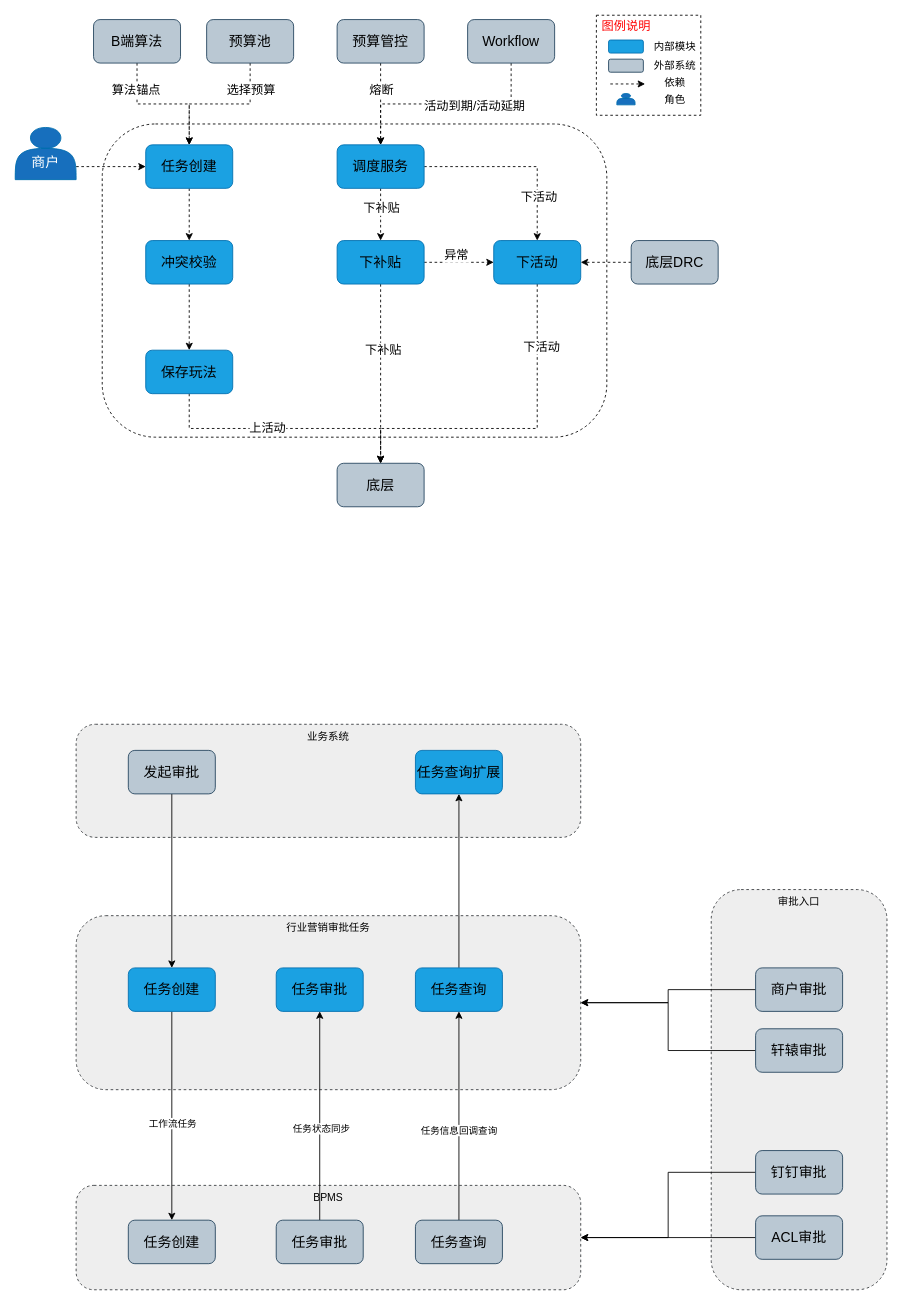
Earlier version of the draw.io diagram page "审批流逻辑架构" (2 of 5) of 阶梯爆红包架构方案.drawio (jon-kong/draw.io). Source tidied: cells renumbered, new cells numbered last; positions are measured from the earlier drawing's top-left corner, leaving out a move shared by most shapes. Both pictures are drawn from the tidied source at 87%, with x=0, y=0 at pixel (15, 15).
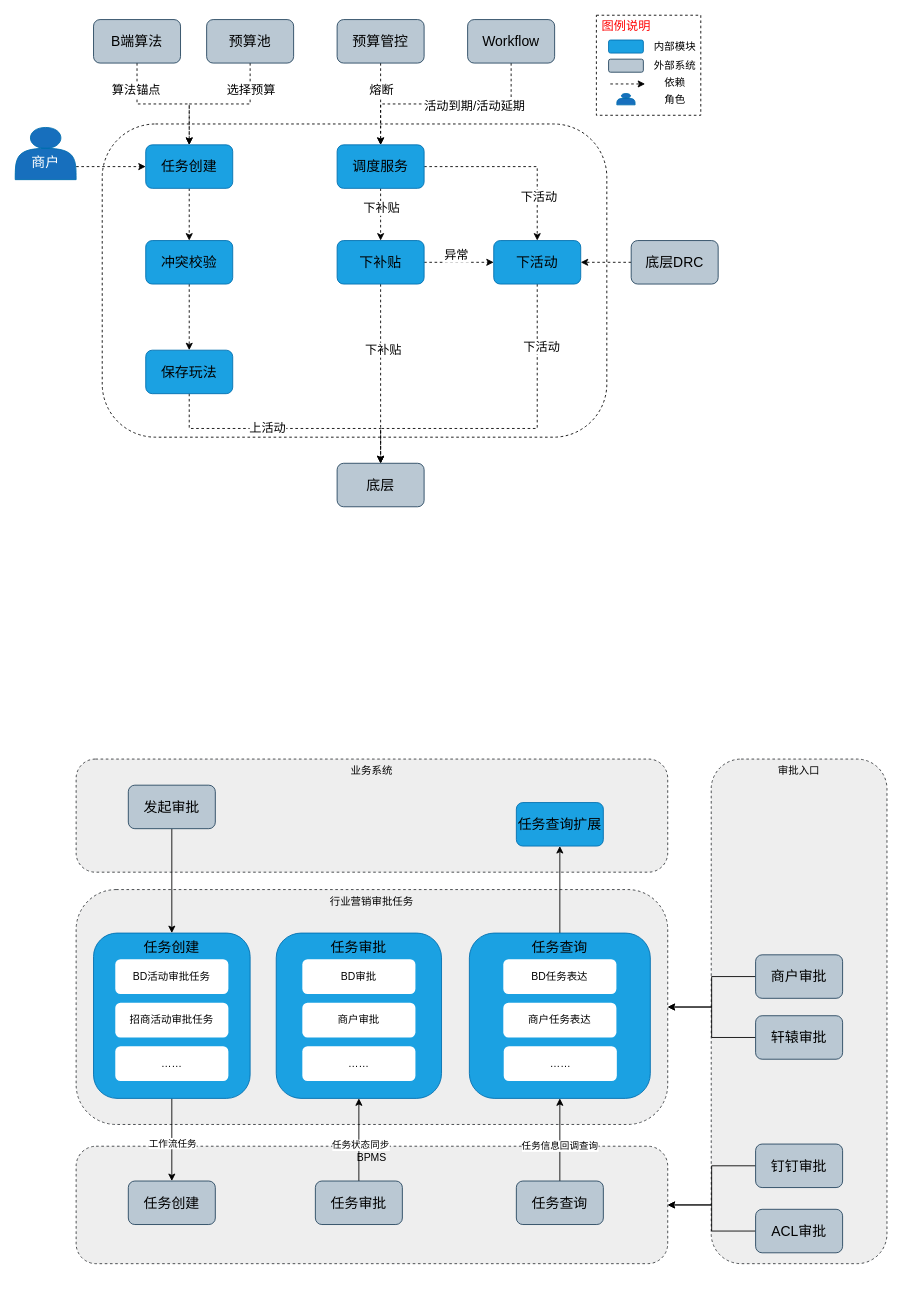
Above is the later version.

Diff of the diagram source:
```diff
@@
     <mxCell id="2" value="BPMS" style="rounded=1;whiteSpace=wrap;html=1;dashed=1;arcSize=17;verticalAlign=top;fillColor=#eeeeee;strokeColor=#36393d;" parent="1" vertex="1">
-      <mxGeometry x="70" y="1345" width="580" height="120" as="geometry" />
+      <mxGeometry x="70" y="1300" width="680" height="135" as="geometry" />
     </mxCell>
@@
     <mxCell id="51" value="行业营销审批任务" style="rounded=1;whiteSpace=wrap;html=1;dashed=1;arcSize=17;verticalAlign=top;fillColor=#eeeeee;strokeColor=#36393d;" parent="1" vertex="1">
-      <mxGeometry x="70" y="1035" width="580" height="200" as="geometry" />
+      <mxGeometry x="70" y="1005" width="680" height="270" as="geometry" />
     </mxCell>
@@
-    <mxCell id="54" value="任务创建" style="rounded=1;whiteSpace=wrap;html=1;fillColor=#1ba1e2;strokeColor=#006EAF;fontColor=#000000;fontSize=16;" parent="1" vertex="1">
-      <mxGeometry x="130" y="1095" width="100" height="50" as="geometry" />
+    <mxCell id="54" value="任务创建" style="rounded=1;whiteSpace=wrap;html=1;fillColor=#1ba1e2;strokeColor=#006EAF;fontColor=#000000;fontSize=16;verticalAlign=top;" parent="1" vertex="1">
+      <mxGeometry x="90" y="1055" width="180" height="190" as="geometry" />
     </mxCell>
-    <mxCell id="55" value="任务审批" style="rounded=1;whiteSpace=wrap;html=1;fillColor=#1ba1e2;strokeColor=#006EAF;fontColor=#000000;fontSize=16;" parent="1" vertex="1">
-      <mxGeometry x="300" y="1095" width="100" height="50" as="geometry" />
+    <mxCell id="55" value="任务审批" style="rounded=1;whiteSpace=wrap;html=1;fillColor=#1ba1e2;strokeColor=#006EAF;fontColor=#000000;fontSize=16;verticalAlign=top;" parent="1" vertex="1">
+      <mxGeometry x="300" y="1055" width="190" height="190" as="geometry" />
     </mxCell>
     <mxCell id="56" value="业务系统" style="rounded=1;whiteSpace=wrap;html=1;dashed=1;arcSize=17;verticalAlign=top;fillColor=#eeeeee;strokeColor=#36393d;" parent="1" vertex="1">
-      <mxGeometry x="70" y="815" width="580" height="130" as="geometry" />
+      <mxGeometry x="70" y="855" width="680" height="130" as="geometry" />
     </mxCell>
     <mxCell id="57" value="审批入口" style="rounded=1;whiteSpace=wrap;html=1;dashed=1;arcSize=17;verticalAlign=top;fillColor=#eeeeee;strokeColor=#36393d;" parent="1" vertex="1">
-      <mxGeometry x="800" y="1005" width="202" height="460" as="geometry" />
+      <mxGeometry x="800" y="855" width="202" height="580" as="geometry" />
     </mxCell>
@@
     <mxCell id="59" value="商户审批" style="rounded=1;whiteSpace=wrap;html=1;fillColor=#bac8d3;strokeColor=#23445d;fontSize=16;" parent="1" vertex="1">
-      <mxGeometry x="851" y="1095" width="100" height="50" as="geometry" />
+      <mxGeometry x="851" y="1080" width="100" height="50" as="geometry" />
     </mxCell>
@@
     <mxCell id="61" value="轩辕审批" style="rounded=1;whiteSpace=wrap;html=1;fillColor=#bac8d3;strokeColor=#23445d;fontSize=16;" parent="1" vertex="1">
-      <mxGeometry x="851" y="1165" width="100" height="50" as="geometry" />
+      <mxGeometry x="851" y="1150" width="100" height="50" as="geometry" />
     </mxCell>
@@
     <mxCell id="63" value="钉钉审批" style="rounded=1;whiteSpace=wrap;html=1;fillColor=#bac8d3;strokeColor=#23445d;fontSize=16;" parent="1" vertex="1">
-      <mxGeometry x="851" y="1305" width="100" height="50" as="geometry" />
+      <mxGeometry x="851" y="1297.5" width="100" height="50" as="geometry" />
     </mxCell>
@@
     <mxCell id="65" value="ACL审批" style="rounded=1;whiteSpace=wrap;html=1;fillColor=#bac8d3;strokeColor=#23445d;fontSize=16;" parent="1" vertex="1">
-      <mxGeometry x="851" y="1380" width="100" height="50" as="geometry" />
+      <mxGeometry x="851" y="1372.5" width="100" height="50" as="geometry" />
     </mxCell>
     <mxCell id="66" value="任务创建" style="rounded=1;whiteSpace=wrap;html=1;fillColor=#bac8d3;strokeColor=#23445d;fontSize=16;" parent="1" vertex="1">
-      <mxGeometry x="130" y="1385" width="100" height="50" as="geometry" />
+      <mxGeometry x="130" y="1340" width="100" height="50" as="geometry" />
     </mxCell>
@@
     <mxCell id="69" value="任务审批" style="rounded=1;whiteSpace=wrap;html=1;fillColor=#bac8d3;strokeColor=#23445d;fontSize=16;" parent="1" vertex="1">
-      <mxGeometry x="300" y="1385" width="100" height="50" as="geometry" />
+      <mxGeometry x="345" y="1340" width="100" height="50" as="geometry" />
     </mxCell>
@@
     <mxCell id="72" value="任务查询" style="rounded=1;whiteSpace=wrap;html=1;fillColor=#bac8d3;strokeColor=#23445d;fontSize=16;" parent="1" vertex="1">
-      <mxGeometry x="460" y="1385" width="100" height="50" as="geometry" />
+      <mxGeometry x="576" y="1340" width="100" height="50" as="geometry" />
     </mxCell>
@@
-    <mxCell id="74" value="任务查询" style="rounded=1;whiteSpace=wrap;html=1;fillColor=#1ba1e2;strokeColor=#006EAF;fontColor=#000000;fontSize=16;" parent="1" vertex="1">
-      <mxGeometry x="460" y="1095" width="100" height="50" as="geometry" />
+    <mxCell id="74" value="任务查询" style="rounded=1;whiteSpace=wrap;html=1;fillColor=#1ba1e2;strokeColor=#006EAF;fontColor=#000000;fontSize=16;verticalAlign=top;" parent="1" vertex="1">
+      <mxGeometry x="522" y="1055" width="208" height="190" as="geometry" />
     </mxCell>
@@
     <mxCell id="76" value="发起审批" style="rounded=1;whiteSpace=wrap;html=1;fillColor=#bac8d3;strokeColor=#23445d;fontSize=16;" parent="1" vertex="1">
-      <mxGeometry x="130" y="845" width="100" height="50" as="geometry" />
+      <mxGeometry x="130" y="885" width="100" height="50" as="geometry" />
     </mxCell>
     <mxCell id="77" value="任务查询扩展" style="rounded=1;whiteSpace=wrap;html=1;fillColor=#1ba1e2;strokeColor=#006EAF;fontColor=#000000;fontSize=16;" parent="1" vertex="1">
-      <mxGeometry x="460" y="845" width="100" height="50" as="geometry" />
+      <mxGeometry x="576" y="905" width="100" height="50" as="geometry" />
     </mxCell>
+    <mxCell id="78" value="BD活动审批任务" style="rounded=1;whiteSpace=wrap;html=1;labelBackgroundColor=none;strokeColor=none;" parent="1" vertex="1">
+      <mxGeometry x="115" y="1085" width="130" height="40" as="geometry" />
+    </mxCell>
+    <mxCell id="79" value="招商活动审批任务" style="rounded=1;whiteSpace=wrap;html=1;labelBackgroundColor=none;strokeColor=none;" parent="1" vertex="1">
+      <mxGeometry x="115" y="1135" width="130" height="40" as="geometry" />
+    </mxCell>
+    <mxCell id="80" value="……" style="rounded=1;whiteSpace=wrap;html=1;labelBackgroundColor=none;strokeColor=none;" parent="1" vertex="1">
+      <mxGeometry x="115" y="1185" width="130" height="40" as="geometry" />
+    </mxCell>
+    <mxCell id="81" value="商户审批" style="rounded=1;whiteSpace=wrap;html=1;labelBackgroundColor=none;strokeColor=none;" parent="1" vertex="1">
+      <mxGeometry x="330" y="1135" width="130" height="40" as="geometry" />
+    </mxCell>
+    <mxCell id="82" value="BD审批" style="rounded=1;whiteSpace=wrap;html=1;labelBackgroundColor=none;strokeColor=none;" parent="1" vertex="1">
+      <mxGeometry x="330" y="1085" width="130" height="40" as="geometry" />
+    </mxCell>
+    <mxCell id="83" value="……" style="rounded=1;whiteSpace=wrap;html=1;labelBackgroundColor=none;strokeColor=none;" parent="1" vertex="1">
+      <mxGeometry x="330" y="1185" width="130" height="40" as="geometry" />
+    </mxCell>
+    <mxCell id="84" value="BD任务表达" style="rounded=1;whiteSpace=wrap;html=1;labelBackgroundColor=none;strokeColor=none;" parent="1" vertex="1">
+      <mxGeometry x="561" y="1085" width="130" height="40" as="geometry" />
+    </mxCell>
+    <mxCell id="85" value="商户任务表达" style="rounded=1;whiteSpace=wrap;html=1;labelBackgroundColor=none;strokeColor=none;" parent="1" vertex="1">
+      <mxGeometry x="561" y="1135" width="130" height="40" as="geometry" />
+    </mxCell>
+    <mxCell id="86" value="……" style="rounded=1;whiteSpace=wrap;html=1;labelBackgroundColor=none;strokeColor=none;" parent="1" vertex="1">
+      <mxGeometry x="561.5" y="1185" width="130" height="40" as="geometry" />
+    </mxCell>
```
